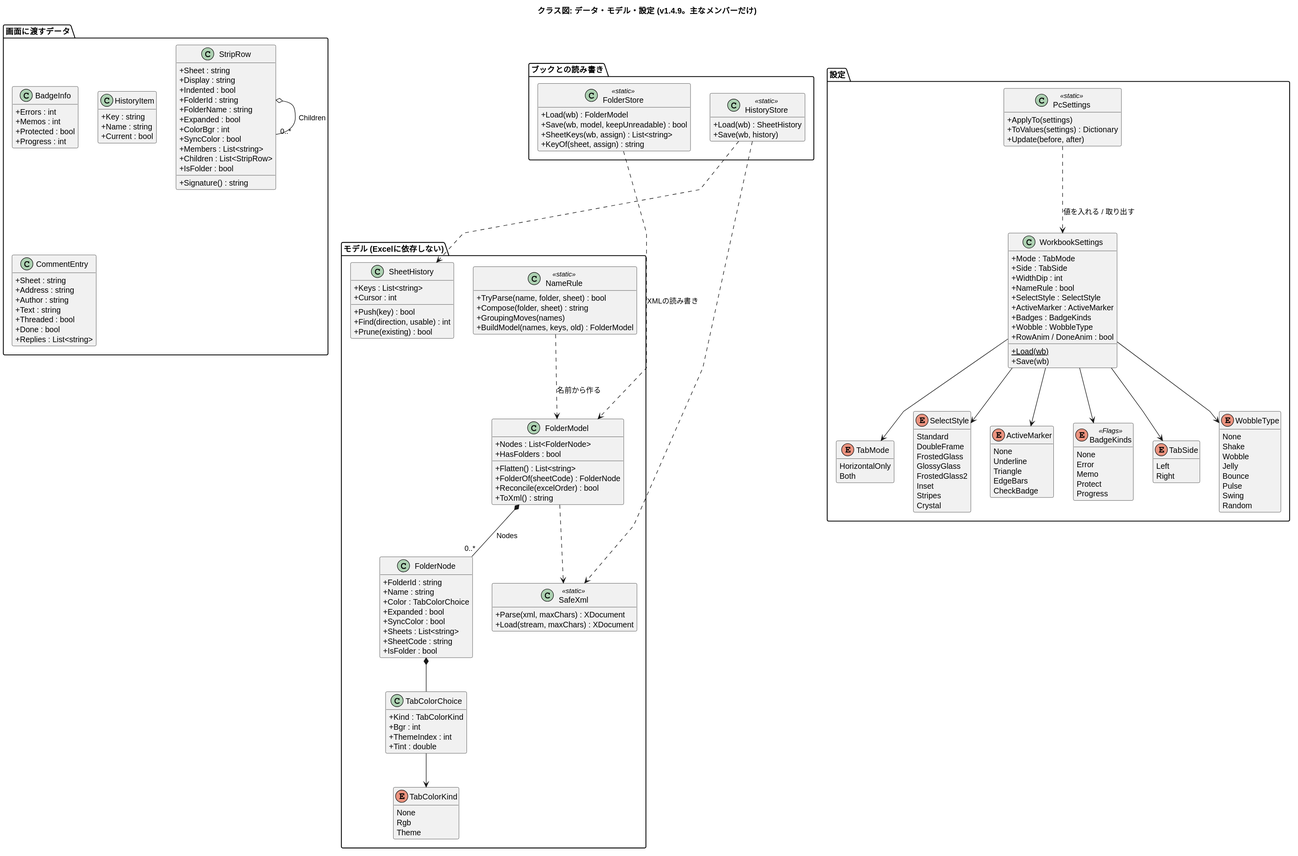
The PlantUML diagram docs/class-data.svg in nk-taka623/VerticalSheetTabs, before a commit.
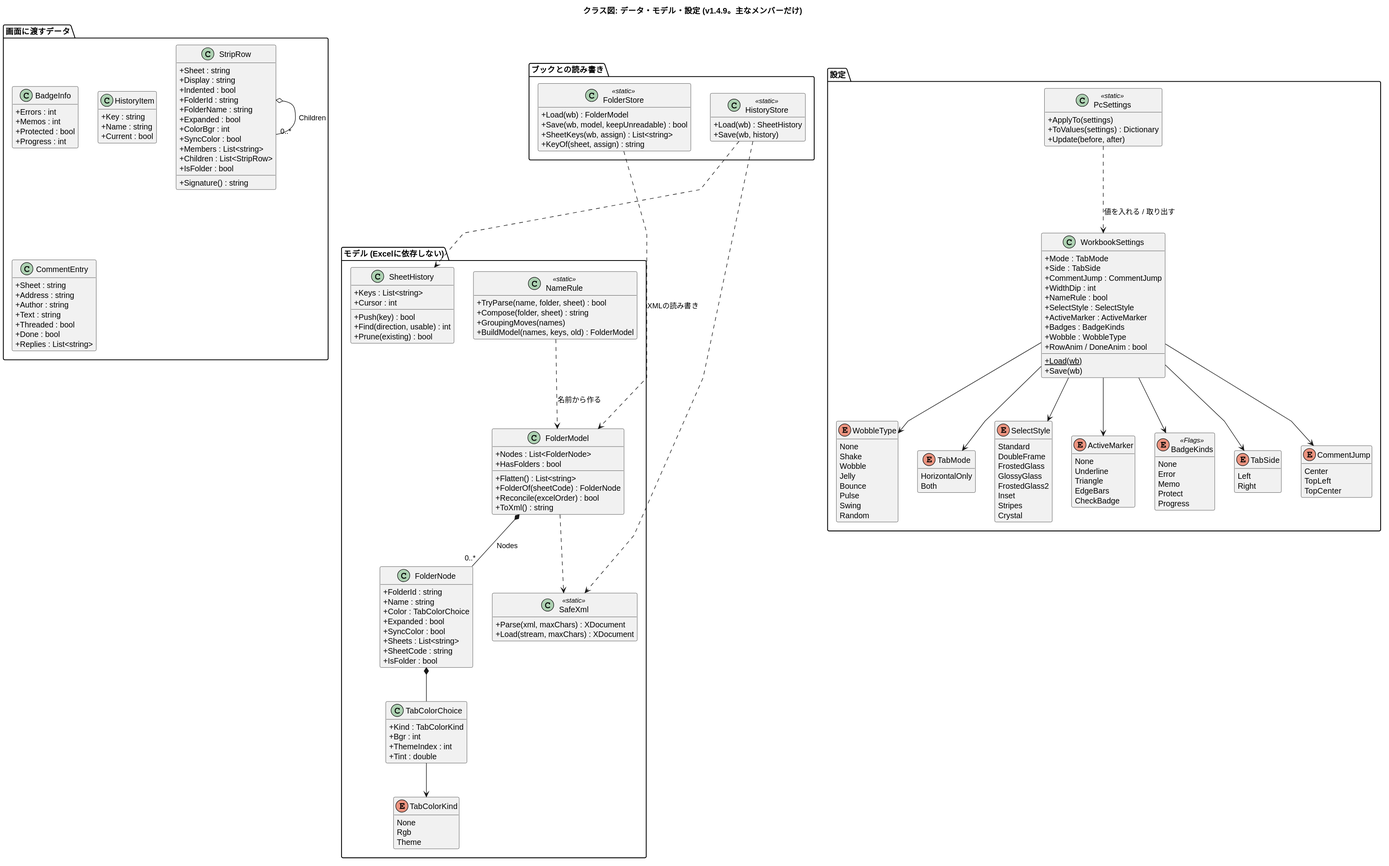
The same file after the commit.

Commit message:
クラス図とコメントのシーケンス図に、コメントの移動先の設定 (CommentJump) を反映する

What changed in the source:
```diff
@@ -71,6 +71,7 @@
   class WorkbookSettings {
     +Mode : TabMode
     +Side : TabSide
+    +CommentJump : CommentJump
     +WidthDip : int
     +NameRule : bool
     +SelectStyle : SelectStyle
@@ -117,6 +118,11 @@
   enum TabSide {
     Left
     Right
+  }
+  enum CommentJump {
+    Center
+    TopLeft
+    TopCenter
   }
   enum WobbleType {
     None
@@ -180,6 +186,7 @@
 
 WorkbookSettings --> TabMode
 WorkbookSettings --> TabSide
+WorkbookSettings --> CommentJump
 WorkbookSettings --> SelectStyle
 WorkbookSettings --> ActiveMarker
 WorkbookSettings --> BadgeKinds
```
